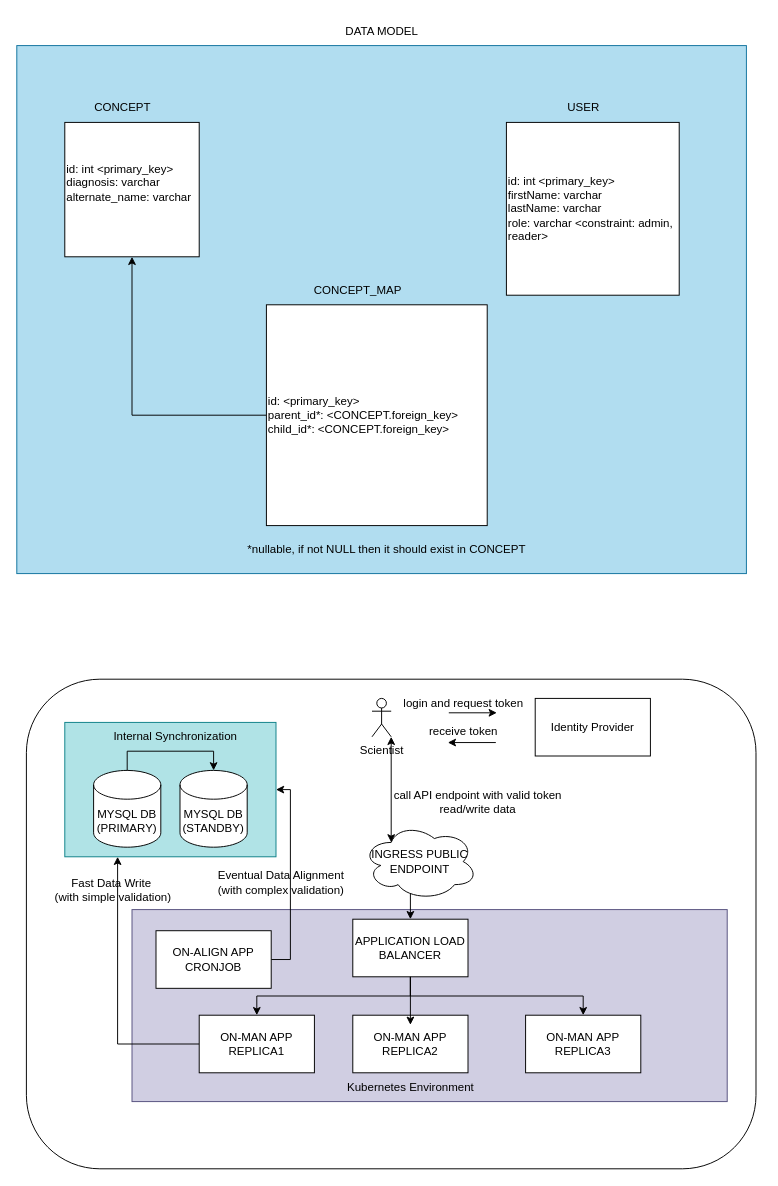
Earlier version of the draw.io diagram ontology-manager.drawio (desourav/on-man). Source tidied: cells renumbered, new cells numbered last; positions are measured from the earlier drawing's top-left corner, leaving out a move shared by most shapes. Both pictures are drawn from the tidied source at 96%, with x=0, y=0 at pixel (16, 16).
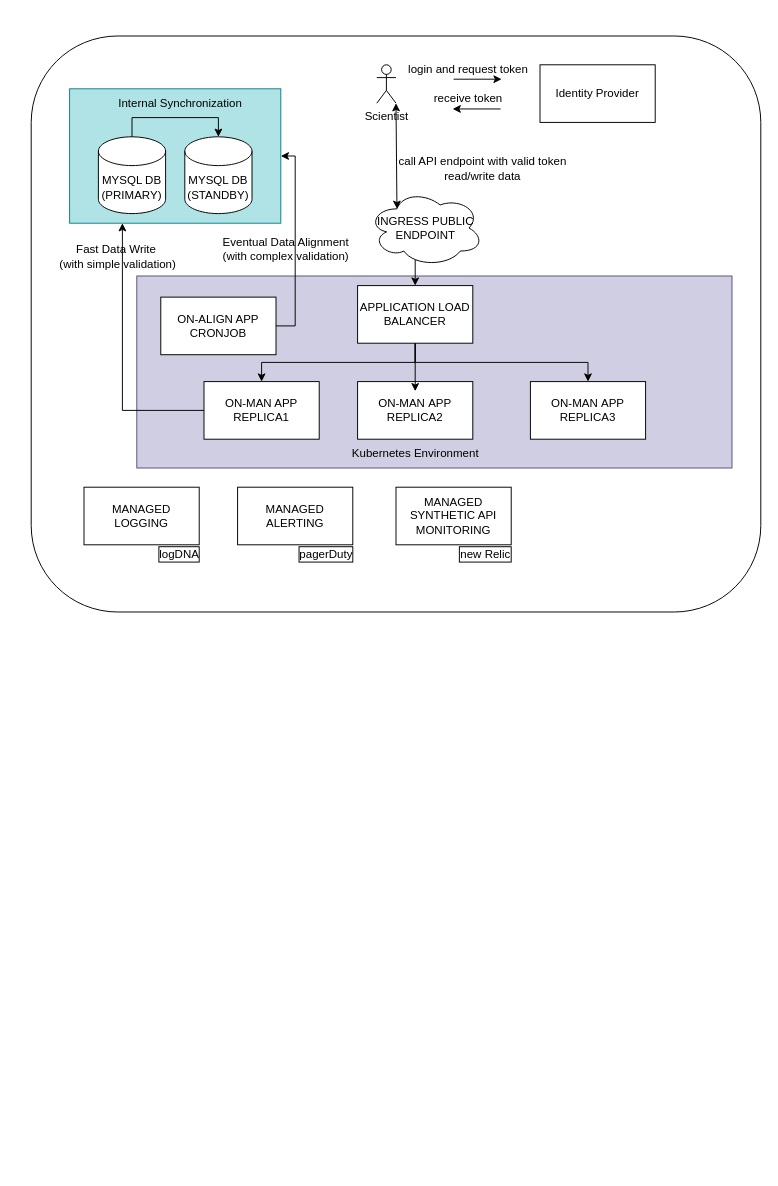
After the change.

Commit message (it also covers changes not shown here):
feat: application code with k8s support

The edit, as a diff of the source:
```diff
@@
+    <mxCell id="42" style="group;" parent="1" vertex="1">
+      <mxGeometry x="15" y="20" width="760" height="600" as="geometry" />
+    </mxCell>
-    <mxCell id="2" style="rounded=1;whiteSpace=wrap;html=1;" parent="1" vertex="1">
-      <mxGeometry x="10" y="690" width="760" height="510" as="geometry" />
+    <mxCell id="2" style="rounded=1;whiteSpace=wrap;html=1;" parent="42" vertex="1">
+      <mxGeometry width="760" height="600" as="geometry" />
     </mxCell>
-    <mxCell id="3" style="rounded=0;whiteSpace=wrap;html=1;fillColor=#d0cee2;strokeColor=#56517e;" parent="1" vertex="1">
-      <mxGeometry x="120" y="930" width="620" height="200" as="geometry" />
+    <mxCell id="3" style="rounded=0;whiteSpace=wrap;html=1;fillColor=#d0cee2;strokeColor=#56517e;" parent="42" vertex="1">
+      <mxGeometry x="110" y="250" width="620" height="200" as="geometry" />
     </mxCell>
-    <mxCell id="4" style="rounded=0;whiteSpace=wrap;html=1;fillColor=#b0e3e6;strokeColor=#0e8088;" parent="1" vertex="1">
-      <mxGeometry x="50" y="735" width="220" height="140" as="geometry" />
+    <mxCell id="4" style="rounded=0;whiteSpace=wrap;html=1;fillColor=#b0e3e6;strokeColor=#0e8088;" parent="42" vertex="1">
+      <mxGeometry x="40" y="55" width="220" height="140" as="geometry" />
     </mxCell>
-    <mxCell id="5" style="rounded=0;whiteSpace=wrap;html=1;fillColor=#b1ddf0;strokeColor=#10739e;" parent="1" vertex="1">
-      <mxGeometry y="30" width="760" height="550" as="geometry" />
-    </mxCell>
-    <mxCell id="6" value="id: int &amp;lt;primary_key&amp;gt;&lt;div&gt;diagnosis: varchar&lt;/div&gt;&lt;div&gt;alternate_name: varchar&lt;/div&gt;&lt;div&gt;&lt;br&gt;&lt;/div&gt;" style="whiteSpace=wrap;html=1;align=left;" parent="1" vertex="1">
-      <mxGeometry x="50" y="110" width="140" height="140" as="geometry" />
-    </mxCell>
-    <mxCell id="7" value="&lt;div style=&quot;&quot;&gt;&lt;span style=&quot;background-color: initial;&quot;&gt;id: int &amp;lt;primary_key&amp;gt;&lt;/span&gt;&lt;/div&gt;&lt;div style=&quot;&quot;&gt;firstName: varchar&lt;/div&gt;&lt;div style=&quot;&quot;&gt;lastName: varchar&lt;/div&gt;&lt;div style=&quot;&quot;&gt;role: varchar &amp;lt;constraint: admin, reader&amp;gt;&lt;/div&gt;" style="whiteSpace=wrap;html=1;align=left;" parent="1" vertex="1">
-      <mxGeometry x="510" y="110" width="180" height="180" as="geometry" />
-    </mxCell>
-    <mxCell id="8" style="edgeStyle=orthogonalEdgeStyle;rounded=0;jettySize=auto;html=1;entryX=0.5;entryY=1;entryDx=0;entryDy=0;" parent="1" edge="1" source="9" target="6">
-      <mxGeometry relative="1" as="geometry" />
-    </mxCell>
-    <mxCell id="9" value="id: &amp;lt;primary_key&amp;gt;&lt;div&gt;parent_id*: &amp;lt;CONCEPT.foreign_key&amp;gt;&lt;/div&gt;&lt;div&gt;child_id*: &amp;lt;&lt;span style=&quot;background-color: initial;&quot;&gt;CONCEPT.&lt;/span&gt;&lt;span style=&quot;background-color: initial;&quot;&gt;foreign_key&amp;gt;&lt;/span&gt;&lt;/div&gt;" style="whiteSpace=wrap;html=1;align=left;" parent="1" vertex="1">
-      <mxGeometry x="260" y="300" width="230" height="230" as="geometry" />
-    </mxCell>
-    <mxCell id="10" value="CONCEPT" style="text;html=1;align=center;verticalAlign=middle;strokeColor=none;fillColor=none;" parent="1" vertex="1">
-      <mxGeometry x="70" y="80" width="80" height="30" as="geometry" />
-    </mxCell>
-    <mxCell id="11" value="CONCEPT_MAP" style="text;html=1;align=center;verticalAlign=middle;strokeColor=none;fillColor=none;" parent="1" vertex="1">
-      <mxGeometry x="300" y="270" width="110" height="30" as="geometry" />
-    </mxCell>
-    <mxCell id="12" value="USER" style="text;html=1;align=center;verticalAlign=middle;strokeColor=none;fillColor=none;" parent="1" vertex="1">
-      <mxGeometry x="560" y="80" width="60" height="30" as="geometry" />
-    </mxCell>
-    <mxCell id="13" value="*nullable, if not NULL then it should exist in CONCEPT" style="text;html=1;align=center;verticalAlign=middle;strokeColor=none;fillColor=none;" parent="1" vertex="1">
-      <mxGeometry x="230" y="540" width="310" height="30" as="geometry" />
-    </mxCell>
-    <mxCell id="14" value="DATA MODEL" style="text;html=1;align=center;verticalAlign=middle;strokeColor=none;fillColor=none;" parent="1" vertex="1">
-      <mxGeometry x="330" width="100" height="30" as="geometry" />
-    </mxCell>
-    <mxCell id="15" style="edgeStyle=orthogonalEdgeStyle;rounded=0;jettySize=auto;html=1;exitX=0.5;exitY=1;exitDx=0;exitDy=0;entryX=0.5;entryY=0;entryDx=0;entryDy=0;" parent="1" edge="1" source="17" target="19">
+    <mxCell id="15" style="edgeStyle=orthogonalEdgeStyle;rounded=0;jettySize=auto;html=1;exitX=0.5;exitY=1;exitDx=0;exitDy=0;entryX=0.5;entryY=0;entryDx=0;entryDy=0;" parent="42" edge="1" source="17" target="19">
       <mxGeometry relative="1" as="geometry" />
     </mxCell>
-    <mxCell id="16" style="edgeStyle=orthogonalEdgeStyle;rounded=0;jettySize=auto;html=1;exitX=0.5;exitY=1;exitDx=0;exitDy=0;" parent="1" edge="1" source="17" target="20">
+    <mxCell id="16" style="edgeStyle=orthogonalEdgeStyle;rounded=0;jettySize=auto;html=1;exitX=0.5;exitY=1;exitDx=0;exitDy=0;" parent="42" edge="1" source="17" target="20">
       <mxGeometry relative="1" as="geometry" />
     </mxCell>
-    <mxCell id="17" value="APPLICATION LOAD BALANCER" style="rounded=0;whiteSpace=wrap;html=1;" parent="1" vertex="1">
-      <mxGeometry x="350" y="940" width="120" height="60" as="geometry" />
+    <mxCell id="17" value="APPLICATION LOAD BALANCER" style="rounded=0;whiteSpace=wrap;html=1;" parent="42" vertex="1">
+      <mxGeometry x="340" y="260" width="120" height="60" as="geometry" />
     </mxCell>
-    <mxCell id="18" style="edgeStyle=orthogonalEdgeStyle;rounded=0;jettySize=auto;html=1;exitX=0;exitY=0.5;exitDx=0;exitDy=0;entryX=0.25;entryY=1;entryDx=0;entryDy=0;" parent="1" edge="1" source="19" target="4">
+    <mxCell id="18" style="edgeStyle=orthogonalEdgeStyle;rounded=0;jettySize=auto;html=1;exitX=0;exitY=0.5;exitDx=0;exitDy=0;entryX=0.25;entryY=1;entryDx=0;entryDy=0;" parent="42" edge="1" source="19" target="4">
       <mxGeometry relative="1" as="geometry" />
     </mxCell>
-    <mxCell id="19" value="ON-MAN APP REPLICA1" style="rounded=0;whiteSpace=wrap;html=1;" parent="1" vertex="1">
-      <mxGeometry x="190" y="1040" width="120" height="60" as="geometry" />
+    <mxCell id="19" value="ON-MAN APP REPLICA1" style="rounded=0;whiteSpace=wrap;html=1;" parent="42" vertex="1">
+      <mxGeometry x="180" y="360" width="120" height="60" as="geometry" />
     </mxCell>
-    <mxCell id="20" value="ON-MAN&amp;nbsp;APP REPLICA3" style="rounded=0;whiteSpace=wrap;html=1;" parent="1" vertex="1">
-      <mxGeometry x="530" y="1040" width="120" height="60" as="geometry" />
+    <mxCell id="20" value="ON-MAN&amp;nbsp;APP REPLICA3" style="rounded=0;whiteSpace=wrap;html=1;" parent="42" vertex="1">
+      <mxGeometry x="520" y="360" width="120" height="60" as="geometry" />
     </mxCell>
-    <mxCell id="21" value="ON-MAN&amp;nbsp;APP REPLICA2" style="rounded=0;whiteSpace=wrap;html=1;" parent="1" vertex="1">
-      <mxGeometry x="350" y="1040" width="120" height="60" as="geometry" />
+    <mxCell id="21" value="ON-MAN&amp;nbsp;APP REPLICA2" style="rounded=0;whiteSpace=wrap;html=1;" parent="42" vertex="1">
+      <mxGeometry x="340" y="360" width="120" height="60" as="geometry" />
     </mxCell>
-    <mxCell id="22" style="edgeStyle=orthogonalEdgeStyle;rounded=0;jettySize=auto;html=1;exitX=0.5;exitY=1;exitDx=0;exitDy=0;entryX=0.5;entryY=0.167;entryDx=0;entryDy=0;entryPerimeter=0;" parent="1" edge="1" source="17" target="21">
+    <mxCell id="22" style="edgeStyle=orthogonalEdgeStyle;rounded=0;jettySize=auto;html=1;exitX=0.5;exitY=1;exitDx=0;exitDy=0;entryX=0.5;entryY=0.167;entryDx=0;entryDy=0;entryPerimeter=0;" parent="42" edge="1" source="17" target="21">
       <mxGeometry relative="1" as="geometry" />
     </mxCell>
-    <mxCell id="23" value="MYSQL DB (PRIMARY)" style="shape=cylinder3;whiteSpace=wrap;html=1;boundedLbl=1;backgroundOutline=1;size=15;" parent="1" vertex="1">
-      <mxGeometry x="80" y="785" width="70" height="80" as="geometry" />
+    <mxCell id="23" value="MYSQL DB (PRIMARY)" style="shape=cylinder3;whiteSpace=wrap;html=1;boundedLbl=1;backgroundOutline=1;size=15;" parent="42" vertex="1">
+      <mxGeometry x="70" y="105" width="70" height="80" as="geometry" />
     </mxCell>
-    <mxCell id="24" value="MYSQL DB (STANDBY)" style="shape=cylinder3;whiteSpace=wrap;html=1;boundedLbl=1;backgroundOutline=1;size=15;" parent="1" vertex="1">
-      <mxGeometry x="170" y="785" width="70" height="80" as="geometry" />
+    <mxCell id="24" value="MYSQL DB (STANDBY)" style="shape=cylinder3;whiteSpace=wrap;html=1;boundedLbl=1;backgroundOutline=1;size=15;" parent="42" vertex="1">
+      <mxGeometry x="160" y="105" width="70" height="80" as="geometry" />
     </mxCell>
-    <mxCell id="25" style="edgeStyle=orthogonalEdgeStyle;rounded=0;jettySize=auto;html=1;exitX=0.5;exitY=0;exitDx=0;exitDy=0;exitPerimeter=0;entryX=0.5;entryY=0;entryDx=0;entryDy=0;entryPerimeter=0;" parent="1" edge="1" source="23" target="24">
+    <mxCell id="25" style="edgeStyle=orthogonalEdgeStyle;rounded=0;jettySize=auto;html=1;exitX=0.5;exitY=0;exitDx=0;exitDy=0;exitPerimeter=0;entryX=0.5;entryY=0;entryDx=0;entryDy=0;entryPerimeter=0;" parent="42" edge="1" source="23" target="24">
       <mxGeometry relative="1" as="geometry" />
     </mxCell>
-    <mxCell id="26" value="Internal Synchronization" style="text;html=1;align=center;verticalAlign=middle;strokeColor=none;fillColor=none;" parent="1" vertex="1">
-      <mxGeometry x="90" y="735" width="150" height="30" as="geometry" />
+    <mxCell id="26" value="Internal Synchronization" style="text;html=1;align=center;verticalAlign=middle;strokeColor=none;fillColor=none;" parent="42" vertex="1">
+      <mxGeometry x="80" y="55" width="150" height="30" as="geometry" />
     </mxCell>
-    <mxCell id="27" value="Scientist" style="shape=umlActor;verticalLabelPosition=bottom;verticalAlign=top;html=1;outlineConnect=0;" parent="1" vertex="1">
-      <mxGeometry x="370" y="710" width="20" height="40" as="geometry" />
+    <mxCell id="27" value="Scientist" style="shape=umlActor;verticalLabelPosition=bottom;verticalAlign=top;html=1;outlineConnect=0;" parent="42" vertex="1">
+      <mxGeometry x="360" y="30" width="20" height="40" as="geometry" />
     </mxCell>
-    <mxCell id="28" value="Identity Provider" style="rounded=0;whiteSpace=wrap;html=1;" parent="1" vertex="1">
-      <mxGeometry x="540" y="710" width="120" height="60" as="geometry" />
+    <mxCell id="28" value="Identity Provider" style="rounded=0;whiteSpace=wrap;html=1;" parent="42" vertex="1">
+      <mxGeometry x="530" y="30" width="120" height="60" as="geometry" />
     </mxCell>
-    <mxCell id="29" style="endArrow=classic;html=1;rounded=0;" parent="1" edge="1">
+    <mxCell id="29" style="endArrow=classic;html=1;rounded=0;" parent="42" edge="1">
       <mxGeometry relative="1" as="geometry">
-        <mxPoint x="450" y="725" as="sourcePoint" />
-        <mxPoint x="500" y="725" as="targetPoint" />
+        <mxPoint x="440" y="45" as="sourcePoint" />
+        <mxPoint x="490" y="45" as="targetPoint" />
       </mxGeometry>
     </mxCell>
-    <mxCell id="30" style="endArrow=classic;html=1;rounded=0;" parent="1" edge="1">
+    <mxCell id="30" style="endArrow=classic;html=1;rounded=0;" parent="42" edge="1">
       <mxGeometry relative="1" as="geometry">
-        <mxPoint x="499" y="756" as="sourcePoint" />
-        <mxPoint x="449" y="756" as="targetPoint" />
+        <mxPoint x="489" y="76" as="sourcePoint" />
+        <mxPoint x="439" y="76" as="targetPoint" />
       </mxGeometry>
     </mxCell>
-    <mxCell id="31" style="edgeStyle=orthogonalEdgeStyle;rounded=0;jettySize=auto;html=1;exitX=0.492;exitY=0.913;exitDx=0;exitDy=0;entryX=0.5;entryY=0;entryDx=0;entryDy=0;exitPerimeter=0;" parent="1" edge="1" source="35" target="17">
+    <mxCell id="31" style="edgeStyle=orthogonalEdgeStyle;rounded=0;jettySize=auto;html=1;exitX=0.492;exitY=0.913;exitDx=0;exitDy=0;entryX=0.5;entryY=0;entryDx=0;entryDy=0;exitPerimeter=0;" parent="42" edge="1" source="35" target="17">
       <mxGeometry relative="1" as="geometry" />
     </mxCell>
-    <mxCell id="32" value="login and request token" style="text;html=1;align=center;verticalAlign=middle;strokeColor=none;fillColor=none;" parent="1" vertex="1">
-      <mxGeometry x="390" y="700" width="150" height="30" as="geometry" />
+    <mxCell id="32" value="login and request token" style="text;html=1;align=center;verticalAlign=middle;strokeColor=none;fillColor=none;" parent="42" vertex="1">
+      <mxGeometry x="380" y="20" width="150" height="30" as="geometry" />
     </mxCell>
-    <mxCell id="33" value="receive token" style="text;html=1;align=center;verticalAlign=middle;strokeColor=none;fillColor=none;" parent="1" vertex="1">
-      <mxGeometry x="420" y="730" width="90" height="30" as="geometry" />
+    <mxCell id="33" value="receive token" style="text;html=1;align=center;verticalAlign=middle;strokeColor=none;fillColor=none;" parent="42" vertex="1">
+      <mxGeometry x="410" y="50" width="90" height="30" as="geometry" />
     </mxCell>
-    <mxCell id="34" value="call API endpoint with valid token&lt;div&gt;read/write data&lt;/div&gt;" style="text;html=1;align=center;verticalAlign=middle;strokeColor=none;fillColor=none;" parent="1" vertex="1">
-      <mxGeometry x="380" y="798" width="200" height="40" as="geometry" />
+    <mxCell id="34" value="call API endpoint with valid token&lt;div&gt;read/write data&lt;/div&gt;" style="text;html=1;align=center;verticalAlign=middle;strokeColor=none;fillColor=none;" parent="42" vertex="1">
+      <mxGeometry x="370" y="118" width="200" height="40" as="geometry" />
     </mxCell>
-    <mxCell id="35" value="INGRESS PUBLIC ENDPOINT" style="ellipse;shape=cloud;whiteSpace=wrap;html=1;" parent="1" vertex="1">
-      <mxGeometry x="360" y="840" width="120" height="80" as="geometry" />
+    <mxCell id="35" value="INGRESS PUBLIC ENDPOINT" style="ellipse;shape=cloud;whiteSpace=wrap;html=1;" parent="42" vertex="1">
+      <mxGeometry x="351" y="160" width="120" height="80" as="geometry" />
     </mxCell>
-    <mxCell id="36" value="Kubernetes Environment" style="text;html=1;align=center;verticalAlign=middle;strokeColor=none;fillColor=none;" parent="1" vertex="1">
-      <mxGeometry x="330" y="1100" width="160" height="30" as="geometry" />
+    <mxCell id="36" value="Kubernetes Environment" style="text;html=1;align=center;verticalAlign=middle;strokeColor=none;fillColor=none;" parent="42" vertex="1">
+      <mxGeometry x="320" y="420" width="160" height="30" as="geometry" />
     </mxCell>
-    <mxCell id="37" style="edgeStyle=orthogonalEdgeStyle;rounded=0;jettySize=auto;html=1;exitX=1;exitY=0.5;exitDx=0;exitDy=0;entryX=1;entryY=0.5;entryDx=0;entryDy=0;" parent="1" edge="1" source="38" target="4">
+    <mxCell id="37" style="edgeStyle=orthogonalEdgeStyle;rounded=0;jettySize=auto;html=1;exitX=1;exitY=0.5;exitDx=0;exitDy=0;entryX=1;entryY=0.5;entryDx=0;entryDy=0;" parent="42" edge="1" source="38" target="4">
       <mxGeometry relative="1" as="geometry" />
     </mxCell>
-    <mxCell id="38" value="ON-ALIGN APP CRONJOB" style="rounded=0;whiteSpace=wrap;html=1;" parent="1" vertex="1">
-      <mxGeometry x="145" y="952" width="120" height="60" as="geometry" />
+    <mxCell id="38" value="ON-ALIGN APP CRONJOB" style="rounded=0;whiteSpace=wrap;html=1;" parent="42" vertex="1">
+      <mxGeometry x="135" y="272" width="120" height="60" as="geometry" />
     </mxCell>
-    <mxCell id="39" value="Eventual Data Alignment&lt;div&gt;(with complex validation)&lt;/div&gt;" style="text;html=1;align=center;verticalAlign=middle;strokeColor=none;fillColor=none;" parent="1" vertex="1">
-      <mxGeometry x="200" y="882" width="150" height="40" as="geometry" />
+    <mxCell id="39" value="Eventual Data Alignment&lt;div&gt;(with complex validation)&lt;/div&gt;" style="text;html=1;align=center;verticalAlign=middle;strokeColor=none;fillColor=none;" parent="42" vertex="1">
+      <mxGeometry x="190" y="202" width="150" height="40" as="geometry" />
     </mxCell>
-    <mxCell id="40" value="Fast Data Write&amp;nbsp;&lt;div&gt;(with simple validation)&lt;/div&gt;" style="text;html=1;align=center;verticalAlign=middle;strokeColor=none;fillColor=none;" parent="1" vertex="1">
-      <mxGeometry x="30" y="890" width="140" height="40" as="geometry" />
+    <mxCell id="40" value="Fast Data Write&amp;nbsp;&lt;div&gt;(with simple validation)&lt;/div&gt;" style="text;html=1;align=center;verticalAlign=middle;strokeColor=none;fillColor=none;" parent="42" vertex="1">
+      <mxGeometry x="20" y="210" width="140" height="40" as="geometry" />
     </mxCell>
-    <mxCell id="41" style="endArrow=classic;startArrow=classic;html=1;rounded=0;entryX=1;entryY=1;entryDx=0;entryDy=0;entryPerimeter=0;exitX=0.25;exitY=0.25;exitDx=0;exitDy=0;exitPerimeter=0;" parent="1" edge="1" source="35" target="27">
+    <mxCell id="41" style="endArrow=classic;startArrow=classic;html=1;rounded=0;entryX=1;entryY=1;entryDx=0;entryDy=0;entryPerimeter=0;exitX=0.25;exitY=0.25;exitDx=0;exitDy=0;exitPerimeter=0;" parent="42" edge="1" source="35" target="27">
       <mxGeometry relative="1" as="geometry" />
     </mxCell>
+    <mxCell id="43" value="MANAGED LOGGING" style="rounded=0;whiteSpace=wrap;html=1;" parent="42" vertex="1">
+      <mxGeometry x="55" y="470" width="120" height="60" as="geometry" />
+    </mxCell>
+    <mxCell id="44" value="MANAGED ALERTING" style="rounded=0;whiteSpace=wrap;html=1;" parent="42" vertex="1">
+      <mxGeometry x="215" y="470" width="120" height="60" as="geometry" />
+    </mxCell>
+    <mxCell id="45" value="MANAGED SYNTHETIC API MONITORING" style="rounded=0;whiteSpace=wrap;html=1;" parent="42" vertex="1">
+      <mxGeometry x="380" y="470" width="120" height="60" as="geometry" />
+    </mxCell>
+    <mxCell id="46" value="logDNA" style="text;html=1;align=center;verticalAlign=middle;strokeColor=none;fillColor=none;labelBorderColor=default;" parent="42" vertex="1">
+      <mxGeometry x="124" y="525" width="60" height="30" as="geometry" />
+    </mxCell>
+    <mxCell id="47" value="pagerDuty" style="text;html=1;align=center;verticalAlign=middle;strokeColor=none;fillColor=none;labelBorderColor=default;" parent="42" vertex="1">
+      <mxGeometry x="267" y="525" width="80" height="30" as="geometry" />
+    </mxCell>
+    <mxCell id="48" value="new Relic" style="text;html=1;align=center;verticalAlign=middle;strokeColor=none;fillColor=none;labelBorderColor=default;" parent="42" vertex="1">
+      <mxGeometry x="433" y="525" width="80" height="30" as="geometry" />
+    </mxCell>
```
